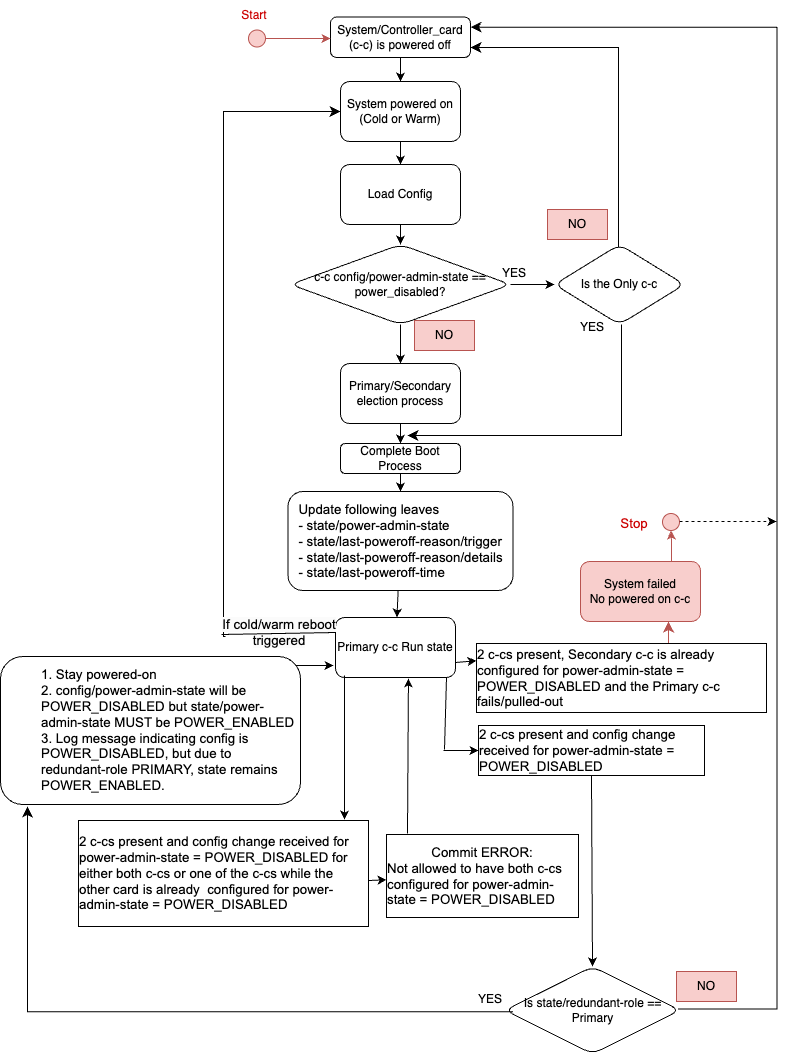
Before: doc/img/controller_card.png, a diagram exported from draw.io (openconfig/public). Source tidied: cells renumbered, new cells last; positions are measured from the earlier drawing's top-left corner, leaving out a move shared by most shapes.
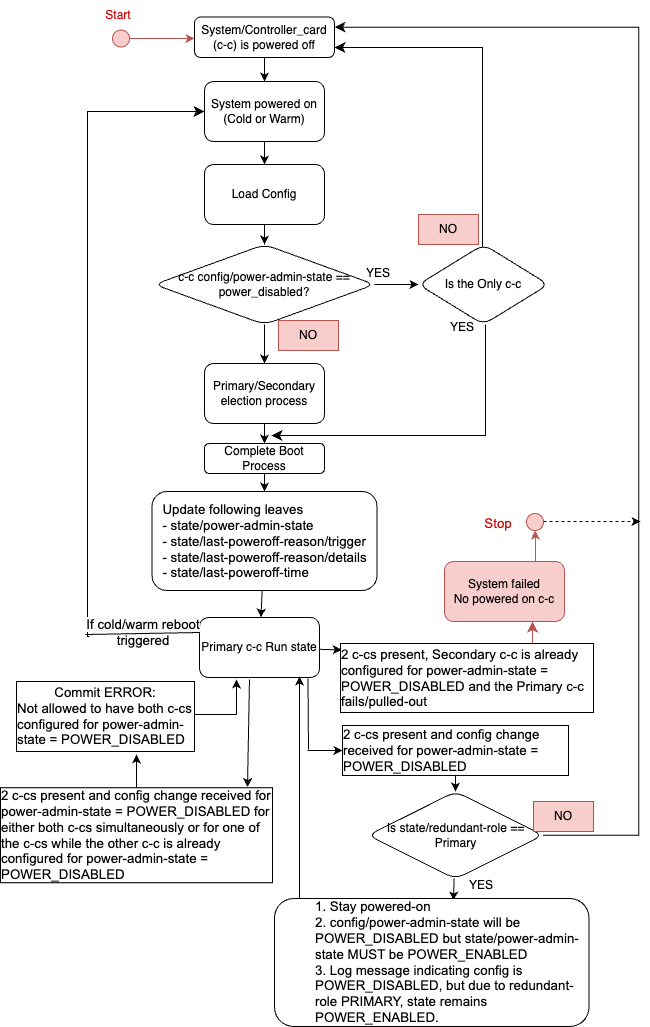
After the commit.

The edit, as a diff of the source:
```diff
@@ -47,14 +47,20 @@
     <mxCell id="16" value="&lt;span id=&quot;docs-internal-guid-17ec713d-7fff-fc99-cff5-968b93b86a00&quot;&gt;&lt;p style=&quot;text-align: left; line-height: 1.2; margin-top: 0pt; margin-bottom: 0pt;&quot; dir=&quot;ltr&quot;&gt;&lt;span style=&quot;font-size: 10pt; font-family: Arial, sans-serif; background-color: transparent; font-variant-numeric: normal; font-variant-east-asian: normal; font-variant-alternates: normal; font-variant-position: normal; vertical-align: baseline;&quot;&gt;Update following leaves&lt;/span&gt;&lt;/p&gt;&lt;p style=&quot;text-align: left; line-height: 1.2; margin-top: 0pt; margin-bottom: 0pt;&quot; dir=&quot;ltr&quot;&gt;&lt;span style=&quot;font-size: 10pt; font-family: Arial, sans-serif; background-color: transparent; font-variant-numeric: normal; font-variant-east-asian: normal; font-variant-alternates: normal; font-variant-position: normal; vertical-align: baseline;&quot;&gt;- state/power-admin-state&lt;/span&gt;&lt;/p&gt;&lt;p style=&quot;text-align: left; line-height: 1.2; margin-top: 0pt; margin-bottom: 0pt;&quot; dir=&quot;ltr&quot;&gt;&lt;span style=&quot;font-size: 10pt; font-family: Arial, sans-serif; background-color: transparent; font-variant-numeric: normal; font-variant-east-asian: normal; font-variant-alternates: normal; font-variant-position: normal; vertical-align: baseline;&quot;&gt;- state/last-poweroff-reason/trigger&lt;/span&gt;&lt;/p&gt;&lt;p style=&quot;text-align: left; line-height: 1.2; margin-top: 0pt; margin-bottom: 0pt;&quot; dir=&quot;ltr&quot;&gt;&lt;span style=&quot;font-size: 10pt; font-family: Arial, sans-serif; background-color: transparent; font-variant-numeric: normal; font-variant-east-asian: normal; font-variant-alternates: normal; font-variant-position: normal; vertical-align: baseline;&quot;&gt;- state/last-poweroff-reason/details&lt;/span&gt;&lt;/p&gt;&lt;p style=&quot;text-align: left; line-height: 1.2; margin-top: 0pt; margin-bottom: 0pt;&quot; dir=&quot;ltr&quot;&gt;&lt;span style=&quot;font-size: 10pt; font-family: Arial, sans-serif; background-color: transparent; font-variant-numeric: normal; font-variant-east-asian: normal; font-variant-alternates: normal; font-variant-position: normal; vertical-align: baseline;&quot;&gt;- state/last-poweroff-time&lt;/span&gt;&lt;/p&gt;&lt;/span&gt;" style="whiteSpace=wrap;html=1;rounded=1;glass=0;strokeWidth=1;shadow=0;" parent="1" vertex="1">
       <mxGeometry x="287.5" y="492" width="225" height="99" as="geometry" />
     </mxCell>
+    <mxCell id="30" style="edgeStyle=none;rounded=0;jettySize=auto;html=1;entryX=0.005;entryY=0.094;entryDx=0;entryDy=0;entryPerimeter=0;" parent="1" edge="1" source="17" target="29">
+      <mxGeometry relative="1" as="geometry" />
+    </mxCell>
     <mxCell id="17" value="Primary c-c Run state" style="whiteSpace=wrap;html=1;rounded=1;glass=0;strokeWidth=1;shadow=0;" parent="1" vertex="1">
       <mxGeometry x="335" y="618" width="120" height="60" as="geometry" />
     </mxCell>
     <mxCell id="18" value="Is the Only c-c" style="rhombus;whiteSpace=wrap;html=1;rounded=1;glass=0;strokeWidth=1;shadow=0;" parent="1" vertex="1">
       <mxGeometry x="554" y="245" width="130" height="80" as="geometry" />
     </mxCell>
+    <mxCell id="57" style="edgeStyle=none;rounded=0;jettySize=auto;html=1;entryX=0.569;entryY=0.016;entryDx=0;entryDy=0;entryPerimeter=0;" parent="1" edge="1" source="19" target="25">
+      <mxGeometry relative="1" as="geometry" />
+    </mxCell>
     <mxCell id="19" value="Is state/redundant-role == Primary" style="rhombus;whiteSpace=wrap;html=1;rounded=1;glass=0;strokeWidth=1;shadow=0;" parent="1" vertex="1">
-      <mxGeometry x="504.5" y="967" width="175" height="87.5" as="geometry" />
+      <mxGeometry x="503.5" y="792" width="175" height="87.5" as="geometry" />
     </mxCell>
     <mxCell id="20" style="edgeStyle=elbowEdgeStyle;elbow=horizontal;endArrow=classic;html=1;curved=0;rounded=0;endSize=8;startSize=8;startArrow=none;" parent="1" edge="1">
       <mxGeometry relative="1" as="geometry">
@@ -80,7 +86,7 @@
       </mxGeometry>
     </mxCell>
     <mxCell id="23" value="YES" style="text;html=1;strokeColor=none;fillColor=none;align=center;verticalAlign=middle;whiteSpace=wrap;rounded=0;" parent="1" vertex="1">
-      <mxGeometry x="562" y="313" width="60" height="30" as="geometry" />
+      <mxGeometry x="568" y="313" width="60" height="30" as="geometry" />
     </mxCell>
     <mxCell id="24" style="edgeStyle=elbowEdgeStyle;elbow=horizontal;endArrow=classic;html=1;curved=0;rounded=0;endSize=8;startSize=8;startArrow=none;exitX=0.666;exitY=0.043;exitDx=0;exitDy=0;exitPerimeter=0;fillColor=#f8cecc;strokeColor=#b85450;" parent="1" edge="1">
       <mxGeometry relative="1" as="geometry">
@@ -96,7 +102,7 @@
       </mxGeometry>
     </mxCell>
     <mxCell id="25" value="&lt;blockquote style=&quot;margin: 0 0 0 40px; border: none; padding: 0px;&quot;&gt;&lt;span id=&quot;docs-internal-guid-c9120fd8-7fff-ffcc-6029-515680243542&quot;&gt;&lt;p style=&quot;text-align: left; line-height: 1.2; margin-top: 0pt; margin-bottom: 0pt;&quot; dir=&quot;ltr&quot;&gt;&lt;span style=&quot;font-size: 10pt; font-family: Arial, sans-serif; background-color: transparent; font-variant-numeric: normal; font-variant-east-asian: normal; font-variant-alternates: normal; font-variant-position: normal; vertical-align: baseline;&quot;&gt;1. Stay powered-on&lt;/span&gt;&lt;/p&gt;&lt;/span&gt;&lt;span id=&quot;docs-internal-guid-c9120fd8-7fff-ffcc-6029-515680243542&quot;&gt;&lt;p style=&quot;text-align: left; line-height: 1.2; margin-top: 0pt; margin-bottom: 0pt;&quot; dir=&quot;ltr&quot;&gt;&lt;span style=&quot;font-size: 10pt; font-family: Arial, sans-serif; background-color: transparent; font-variant-numeric: normal; font-variant-east-asian: normal; font-variant-alternates: normal; font-variant-position: normal; vertical-align: baseline;&quot;&gt;2. config/power-admin-state will be POWER_DISABLED but state/&lt;/span&gt;&lt;span style=&quot;font-family: Arial, sans-serif; font-size: 13.3333px; background-color: initial;&quot;&gt;power-admin-state MUST be&amp;nbsp;&lt;/span&gt;&lt;span style=&quot;font-family: Arial, sans-serif; font-size: 13.3333px; background-color: initial;&quot;&gt;POWER_ENABLED&lt;/span&gt;&lt;/p&gt;&lt;/span&gt;&lt;span id=&quot;docs-internal-guid-c9120fd8-7fff-ffcc-6029-515680243542&quot;&gt;&lt;p style=&quot;text-align: left; line-height: 1.2; margin-top: 0pt; margin-bottom: 0pt;&quot; dir=&quot;ltr&quot;&gt;&lt;span style=&quot;font-size: 10pt; font-family: Arial, sans-serif; background-color: transparent; font-variant-numeric: normal; font-variant-east-asian: normal; font-variant-alternates: normal; font-variant-position: normal; vertical-align: baseline;&quot;&gt;3. Log message indicating config is POWER_DISABLED, but due to redundant-role PRIMARY, state remains POWER_ENABLED.&lt;/span&gt;&lt;/p&gt;&lt;/span&gt;&lt;/blockquote&gt;" style="whiteSpace=wrap;html=1;rounded=1;glass=0;strokeWidth=1;shadow=0;" parent="1" vertex="1">
-      <mxGeometry y="657" width="300" height="148" as="geometry" />
+      <mxGeometry x="410" y="899" width="314.5" height="128" as="geometry" />
     </mxCell>
     <mxCell id="26" style="edgeStyle=segmentEdgeStyle;endArrow=classic;html=1;curved=0;rounded=0;endSize=8;startSize=8;startArrow=none;entryX=0;entryY=0.5;entryDx=0;entryDy=0;" parent="1" edge="1" target="5">
       <mxGeometry x="-1" y="-383" relative="1" as="geometry">
@@ -115,46 +121,36 @@
       <mxGeometry x="478" y="726" width="226" height="50" as="geometry" />
     </mxCell>
     <mxCell id="29" value="&lt;p style=&quot;text-align: left; border-color: var(--border-color); line-height: 1.2; margin-top: 0pt; margin-bottom: 0pt;&quot; dir=&quot;ltr&quot;&gt;&lt;span style=&quot;border-color: var(--border-color); font-size: 10pt; font-family: Arial, sans-serif; background-color: transparent; font-variant-numeric: normal; font-variant-east-asian: normal; font-variant-alternates: normal; font-variant-position: normal; vertical-align: baseline;&quot;&gt;2 c-cs present, Secondary c-c is already configured for power-admin-state = POWER_DISABLED and the Primary c-c fails/pulled-out&lt;/span&gt;&lt;/p&gt;" style="rounded=0;whiteSpace=wrap;html=1;" parent="1" vertex="1">
-      <mxGeometry x="476" y="644" width="290" height="69" as="geometry" />
+      <mxGeometry x="476" y="644" width="253" height="69" as="geometry" />
     </mxCell>
-    <mxCell id="30" style="endArrow=classic;html=1;rounded=0;entryX=0;entryY=0.25;entryDx=0;entryDy=0;exitX=1;exitY=0.75;exitDx=0;exitDy=0;" parent="1" edge="1" source="17" target="29">
-      <mxGeometry relative="1" as="geometry" />
-    </mxCell>
     <mxCell id="31" value="YES" style="text;html=1;strokeColor=none;fillColor=none;align=center;verticalAlign=middle;whiteSpace=wrap;rounded=0;" parent="1" vertex="1">
-      <mxGeometry x="460" y="985" width="60" height="30" as="geometry" />
+      <mxGeometry x="587" y="871" width="60" height="30" as="geometry" />
     </mxCell>
-    <mxCell id="32" style="endArrow=none;html=1;rounded=0;endFill=0;" parent="1" edge="1">
+    <mxCell id="32" style="endArrow=none;html=1;rounded=0;endFill=0;exitX=0.904;exitY=1.017;exitDx=0;exitDy=0;exitPerimeter=0;" parent="1" edge="1" source="17">
       <mxGeometry relative="1" as="geometry">
-        <mxPoint x="446" y="678" as="sourcePoint" />
         <mxPoint x="444" y="750" as="targetPoint" />
       </mxGeometry>
     </mxCell>
-    <mxCell id="33" style="edgeStyle=elbowEdgeStyle;elbow=horizontal;endArrow=classic;html=1;curved=0;rounded=0;endSize=8;startSize=8;startArrow=none;exitX=1;exitY=0.5;exitDx=0;exitDy=0;entryX=1;entryY=0.25;entryDx=0;entryDy=0;" parent="1" edge="1" target="3">
+    <mxCell id="33" style="edgeStyle=elbowEdgeStyle;elbow=horizontal;endArrow=classic;html=1;curved=0;rounded=0;endSize=8;startSize=8;startArrow=none;exitX=1;exitY=0.5;exitDx=0;exitDy=0;entryX=1;entryY=0.25;entryDx=0;entryDy=0;" parent="1" edge="1" source="19" target="3">
       <mxGeometry relative="1" as="geometry">
-        <mxPoint x="677.5" y="1009.4" as="sourcePoint" />
         <Array as="points">
-          <mxPoint x="776.5" y="542.6" />
-          <mxPoint x="766" y="888.6" />
-          <mxPoint x="776" y="808.6" />
-          <mxPoint x="1036" y="488.6" />
+          <mxPoint x="774.2" y="378" />
+          <mxPoint x="763.8" y="724" />
+          <mxPoint x="773.8" y="644" />
+          <mxPoint x="1033.8" y="324" />
         </Array>
       </mxGeometry>
     </mxCell>
     <mxCell id="34" style="endArrow=classic;html=1;rounded=0;exitX=0.5;exitY=1;exitDx=0;exitDy=0;entryX=0.5;entryY=0;entryDx=0;entryDy=0;" parent="1" edge="1" source="28" target="19">
       <mxGeometry relative="1" as="geometry" />
     </mxCell>
-    <mxCell id="35" style="edgeStyle=segmentEdgeStyle;endArrow=classic;html=1;curved=0;rounded=0;endSize=8;startSize=8;" parent="1" edge="1">
-      <mxGeometry relative="1" as="geometry">
-        <mxPoint x="512.5" y="1012.2" as="sourcePoint" />
-        <mxPoint x="27" y="807" as="targetPoint" />
-        <Array as="points">
-          <mxPoint x="26.5" y="1012.2" />
-        </Array>
-      </mxGeometry>
-    </mxCell>
-    <mxCell id="36" style="endArrow=classic;html=1;rounded=0;exitX=0.983;exitY=0.061;exitDx=0;exitDy=0;exitPerimeter=0;" parent="1" edge="1" source="25">
+    <mxCell id="36" style="endArrow=classic;html=1;rounded=0;entryX=0.75;entryY=1;entryDx=0;entryDy=0;exitX=0.048;exitY=0.008;exitDx=0;exitDy=0;exitPerimeter=0;" parent="1" edge="1">
       <mxGeometry relative="1" as="geometry">
-        <mxPoint x="333" y="666" as="targetPoint" />
+        <mxPoint x="435.1" y="899" as="sourcePoint" />
+        <mxPoint x="435" y="677" as="targetPoint" />
+        <Array as="points">
+          <mxPoint x="435" y="874" />
+        </Array>
       </mxGeometry>
     </mxCell>
     <mxCell id="37" value="NO" style="text;html=1;strokeColor=#b85450;fillColor=#f8cecc;align=center;verticalAlign=middle;whiteSpace=wrap;rounded=0;" parent="1" vertex="1">
@@ -192,18 +188,22 @@
       <mxGeometry x="224" y="0.5" width="60" height="30" as="geometry" />
     </mxCell>
     <mxCell id="45" value="NO" style="text;html=1;strokeColor=#b85450;fillColor=#f8cecc;align=center;verticalAlign=middle;whiteSpace=wrap;rounded=0;" parent="1" vertex="1">
-      <mxGeometry x="547" y="210" width="60" height="30" as="geometry" />
+      <mxGeometry x="554" y="215" width="60" height="30" as="geometry" />
     </mxCell>
     <mxCell id="46" value="NO" style="text;html=1;strokeColor=#b85450;fillColor=#f8cecc;align=center;verticalAlign=middle;whiteSpace=wrap;rounded=0;" parent="1" vertex="1">
-      <mxGeometry x="676" y="972" width="60" height="30" as="geometry" />
+      <mxGeometry x="669" y="802" width="60" height="30" as="geometry" />
     </mxCell>
+    <mxCell id="58" style="edgeStyle=none;rounded=0;jettySize=auto;html=1;" parent="1" edge="1" source="47">
+      <mxGeometry relative="1" as="geometry">
+        <mxPoint x="272" y="755" as="targetPoint" />
+      </mxGeometry>
+    </mxCell>
-    <mxCell id="47" value="&lt;p style=&quot;text-align: left; border-color: var(--border-color); line-height: 1.2; margin-top: 0pt; margin-bottom: 0pt;&quot; dir=&quot;ltr&quot;&gt;&lt;span style=&quot;border-color: var(--border-color); font-size: 10pt; font-family: Arial, sans-serif; background-color: transparent; font-variant-numeric: normal; font-variant-east-asian: normal; font-variant-alternates: normal; font-variant-position: normal; vertical-align: baseline;&quot;&gt;2 c-cs&amp;nbsp;present and config change received for power-admin-state = POWER_DISABLED for either both c-cs or one of the c-cs while the other card is already&amp;nbsp; configured for&amp;nbsp;&lt;/span&gt;&lt;span style=&quot;font-family: Arial, sans-serif; font-size: 13.3333px; background-color: initial;&quot;&gt;power-admin-state = POWER_DISABLED&lt;/span&gt;&lt;/p&gt;" style="rounded=0;whiteSpace=wrap;html=1;" parent="1" vertex="1">
-      <mxGeometry x="78" y="821" width="290" height="106" as="geometry" />
+    <mxCell id="47" value="&lt;p style=&quot;text-align: left; border-color: var(--border-color); line-height: 1.2; margin-top: 0pt; margin-bottom: 0pt;&quot; dir=&quot;ltr&quot;&gt;&lt;span style=&quot;border-color: var(--border-color); font-size: 10pt; font-family: Arial, sans-serif; background-color: transparent; font-variant-numeric: normal; font-variant-east-asian: normal; font-variant-alternates: normal; font-variant-position: normal; vertical-align: baseline;&quot;&gt;2 c-cs&amp;nbsp;present and config change received for power-admin-state = POWER_DISABLED for either both c-cs simultaneously or for one of the c-cs while the other c-c is already&amp;nbsp; configured for&amp;nbsp;&lt;/span&gt;&lt;span style=&quot;font-family: Arial, sans-serif; font-size: 13.3333px; background-color: initial;&quot;&gt;power-admin-state = POWER_DISABLED&lt;/span&gt;&lt;/p&gt;" style="rounded=0;whiteSpace=wrap;html=1;" parent="1" vertex="1">
+      <mxGeometry x="136" y="788.2" width="272" height="95" as="geometry" />
     </mxCell>
-    <mxCell id="48" style="endArrow=classic;html=1;rounded=0;exitX=0.2;exitY=0.992;exitDx=0;exitDy=0;exitPerimeter=0;" parent="1" edge="1">
+    <mxCell id="48" style="endArrow=classic;html=1;rounded=0;entryX=0.908;entryY=-0.008;entryDx=0;entryDy=0;entryPerimeter=0;" parent="1" edge="1" target="47">
       <mxGeometry relative="1" as="geometry">
-        <mxPoint x="344" y="676" as="sourcePoint" />
-        <mxPoint x="344" y="820" as="targetPoint" />
+        <mxPoint x="385" y="680" as="sourcePoint" />
       </mxGeometry>
     </mxCell>
     <mxCell id="49" style="endArrow=none;html=1;rounded=0;entryX=0;entryY=0.25;entryDx=0;entryDy=0;" parent="1" edge="1" target="17">
@@ -218,7 +218,7 @@
       </mxGeometry>
     </mxCell>
     <mxCell id="51" value="&lt;p style=&quot;border-color: var(--border-color); line-height: 1.2; margin-top: 0pt; margin-bottom: 0pt;&quot; dir=&quot;ltr&quot;&gt;&lt;font face=&quot;Arial, sans-serif&quot;&gt;&lt;span style=&quot;font-size: 13.3333px;&quot;&gt;Commit ERROR:&lt;/span&gt;&lt;/font&gt;&lt;/p&gt;&lt;p style=&quot;text-align: left; border-color: var(--border-color); line-height: 1.2; margin-top: 0pt; margin-bottom: 0pt;&quot; dir=&quot;ltr&quot;&gt;&lt;font face=&quot;Arial, sans-serif&quot;&gt;&lt;span style=&quot;font-size: 13.3333px;&quot;&gt;Not allowed to have both c-cs configured for&amp;nbsp;&lt;/span&gt;&lt;/font&gt;&lt;span style=&quot;font-family: Arial, sans-serif; font-size: 13.3333px; background-color: initial;&quot;&gt;power-admin-state = POWER_DISABLED&amp;nbsp;&lt;/span&gt;&lt;span style=&quot;font-size: 13.3333px; font-family: Arial, sans-serif; background-color: initial;&quot;&gt;&amp;nbsp;&lt;/span&gt;&lt;/p&gt;" style="rounded=0;whiteSpace=wrap;html=1;" parent="1" vertex="1">
-      <mxGeometry x="386" y="835" width="192" height="83" as="geometry" />
+      <mxGeometry x="152" y="682" width="178" height="70" as="geometry" />
     </mxCell>
     <mxCell id="52" style="edgeStyle=none;rounded=0;orthogonalLoop=1;jettySize=auto;html=1;exitX=1;exitY=0.5;exitDx=0;exitDy=0;" parent="1" edge="1" source="51" target="51">
       <mxGeometry relative="1" as="geometry" />
@@ -226,20 +226,22 @@
     <mxCell id="53" style="edgeStyle=none;rounded=0;orthogonalLoop=1;jettySize=auto;html=1;exitX=1;exitY=0.75;exitDx=0;exitDy=0;" parent="1" edge="1" source="51" target="51">
       <mxGeometry relative="1" as="geometry" />
     </mxCell>
-    <mxCell id="54" style="endArrow=classic;html=1;rounded=0;" parent="1" edge="1" target="51">
+    <mxCell id="54" style="endArrow=classic;html=1;rounded=0;" parent="1" edge="1">
       <mxGeometry relative="1" as="geometry">
-        <mxPoint x="368" y="881" as="sourcePoint" />
+        <mxPoint x="372" y="715" as="sourcePoint" />
+        <mxPoint x="372" y="680" as="targetPoint" />
       </mxGeometry>
     </mxCell>
-    <mxCell id="55" style="endArrow=classic;html=1;rounded=0;entryX=0.608;entryY=1.017;entryDx=0;entryDy=0;entryPerimeter=0;" parent="1" edge="1" target="17">
-      <mxGeometry relative="1" as="geometry">
-        <mxPoint x="407" y="834" as="sourcePoint" />
-      </mxGeometry>
-    </mxCell>
     <mxCell id="56" style="endArrow=classic;html=1;rounded=0;entryX=0;entryY=0.5;entryDx=0;entryDy=0;" parent="1" edge="1" target="28">
       <mxGeometry relative="1" as="geometry">
         <mxPoint x="443" y="751" as="sourcePoint" />
       </mxGeometry>
     </mxCell>
+    <mxCell id="59" style="endArrow=none;html=1;rounded=0;" parent="1" edge="1">
+      <mxGeometry relative="1" as="geometry">
+        <mxPoint x="330" y="715" as="sourcePoint" />
+        <mxPoint x="372" y="715" as="targetPoint" />
+      </mxGeometry>
+    </mxCell>
   </root>
 </mxGraphModel>
```
